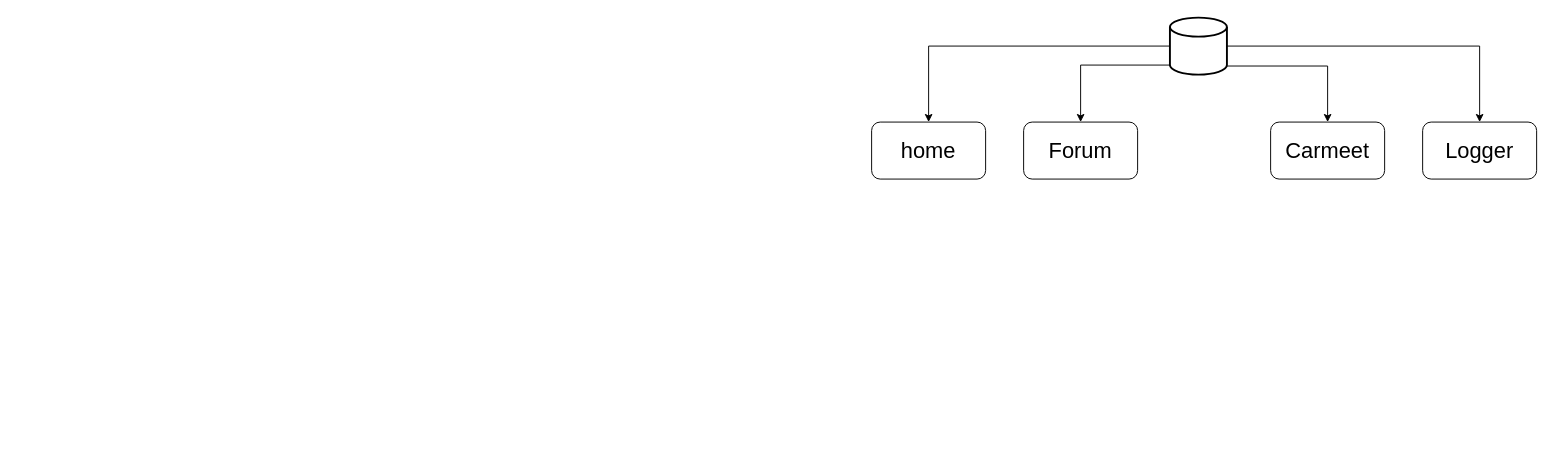
This is mch_db.drawio from simsononroad/Drawio, a draw.io file, before an edit. Source tidied: cells renumbered, new cells numbered last; positions are measured from the earlier drawing's top-left corner, leaving out a move shared by most shapes. Both pictures are drawn from the tidied source at 95%, with x=0, y=0 at pixel (871, 17).
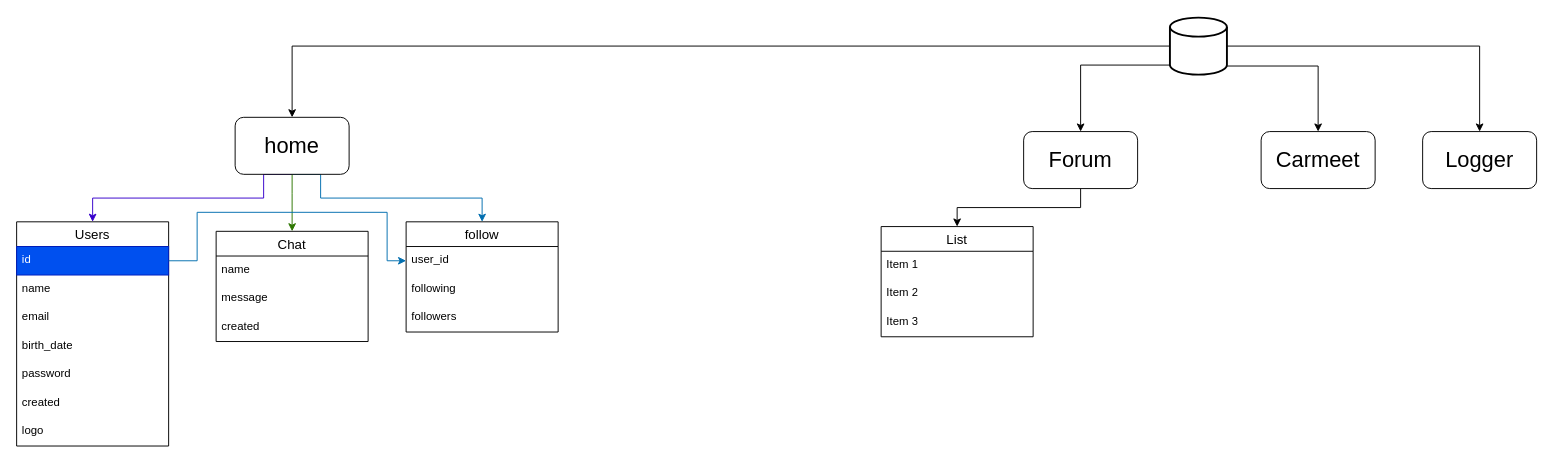
Above is the later version.

The change refers to these unchanged cells:
```xml
<mxCell id="6" style="strokeWidth=2;html=1;shape=mxgraph.flowchart.database;whiteSpace=wrap;" parent="1" vertex="1">
  <mxGeometry x="314" width="60" height="60" as="geometry" />
</mxCell>
```

Change to the diagram source:
```diff
@@
     <mxCell id="2" style="edgeStyle=orthogonalEdgeStyle;rounded=0;jettySize=auto;html=1;exitX=0;exitY=0.85;exitDx=0;exitDy=0;exitPerimeter=0;entryX=0.5;entryY=0;entryDx=0;entryDy=0;" parent="1" edge="1" source="6" target="7">
       <mxGeometry relative="1" as="geometry">
         <Array as="points">
           <mxPoint x="314" y="30" />
-          <mxPoint x="60" y="30" />
+          <mxPoint x="-610" y="30" />
         </Array>
       </mxGeometry>
     </mxCell>
@@
+    <mxCell id="11" style="edgeStyle=orthogonalEdgeStyle;rounded=0;jettySize=auto;html=1;exitX=0.5;exitY=1;exitDx=0;exitDy=0;entryX=0.5;entryY=0;entryDx=0;entryDy=0;fillColor=#6a00ff;strokeColor=#3700CC;" parent="1" edge="1" source="7" target="15">
+      <mxGeometry relative="1" as="geometry">
+        <Array as="points">
+          <mxPoint x="-640" y="165" />
+          <mxPoint x="-640" y="190" />
+          <mxPoint x="-820" y="190" />
+        </Array>
+      </mxGeometry>
+    </mxCell>
+    <mxCell id="12" style="edgeStyle=orthogonalEdgeStyle;rounded=0;jettySize=auto;html=1;exitX=0.5;exitY=1;exitDx=0;exitDy=0;entryX=0.5;entryY=0;entryDx=0;entryDy=0;fillColor=#1ba1e2;strokeColor=#006EAF;" parent="1" edge="1" source="7" target="27">
+      <mxGeometry relative="1" as="geometry">
+        <Array as="points">
+          <mxPoint x="-580" y="165" />
+          <mxPoint x="-580" y="190" />
+          <mxPoint x="-410" y="190" />
+        </Array>
+      </mxGeometry>
+    </mxCell>
+    <mxCell id="13" style="edgeStyle=orthogonalEdgeStyle;rounded=0;jettySize=auto;html=1;exitX=0.5;exitY=1;exitDx=0;exitDy=0;entryX=0.5;entryY=0;entryDx=0;entryDy=0;fillColor=#60a917;strokeColor=#2D7600;" parent="1" edge="1" source="7" target="32">
+      <mxGeometry relative="1" as="geometry">
+        <Array as="points">
+          <mxPoint x="-610" y="185" />
+          <mxPoint x="-610" y="185" />
+        </Array>
+      </mxGeometry>
+    </mxCell>
     <mxCell id="7" value="&lt;font style=&quot;font-size: 23px;&quot;&gt;home&lt;/font&gt;" style="rounded=1;whiteSpace=wrap;html=1;" parent="1" vertex="1">
-      <mxGeometry y="110" width="120" height="60" as="geometry" />
+      <mxGeometry x="-670" y="105" width="120" height="60" as="geometry" />
     </mxCell>
+    <mxCell id="14" style="edgeStyle=orthogonalEdgeStyle;rounded=0;jettySize=auto;html=1;exitX=0.5;exitY=1;exitDx=0;exitDy=0;entryX=0.5;entryY=0;entryDx=0;entryDy=0;" parent="1" edge="1" source="8" target="23">
+      <mxGeometry relative="1" as="geometry" />
+    </mxCell>
     <mxCell id="8" value="&lt;span style=&quot;font-size: 23px;&quot;&gt;Forum&lt;/span&gt;" style="rounded=1;whiteSpace=wrap;html=1;" parent="1" vertex="1">
-      <mxGeometry x="160" y="110" width="120" height="60" as="geometry" />
+      <mxGeometry x="160" y="120" width="120" height="60" as="geometry" />
     </mxCell>
     <mxCell id="9" value="&lt;font style=&quot;font-size: 23px;&quot;&gt;Carmeet&lt;/font&gt;" style="rounded=1;whiteSpace=wrap;html=1;" parent="1" vertex="1">
-      <mxGeometry x="420" y="110" width="120" height="60" as="geometry" />
+      <mxGeometry x="410" y="120" width="120" height="60" as="geometry" />
     </mxCell>
     <mxCell id="10" value="&lt;font style=&quot;font-size: 23px;&quot;&gt;Logger&lt;/font&gt;" style="rounded=1;whiteSpace=wrap;html=1;" parent="1" vertex="1">
-      <mxGeometry x="580" y="110" width="120" height="60" as="geometry" />
+      <mxGeometry x="580" y="120" width="120" height="60" as="geometry" />
     </mxCell>
+    <mxCell id="15" value="Users" style="swimlane;fontStyle=0;horizontal=1;startSize=26;align=center;fontSize=14;" parent="1" vertex="1">
+      <mxGeometry x="-900" y="215" width="160" height="236" as="geometry" />
+    </mxCell>
+    <mxCell id="16" value="id" style="text;strokeColor=#001DBC;fillColor=#0050ef;spacingLeft=4;spacingRight=4;overflow=hidden;points=[[0,0.5],[1,0.5]];portConstraint=eastwest;fontSize=12;whiteSpace=wrap;html=1;fontColor=#ffffff;" parent="15" vertex="1">
+      <mxGeometry y="26" width="160" height="30" as="geometry" />
+    </mxCell>
+    <mxCell id="17" value="name" style="text;strokeColor=none;fillColor=none;spacingLeft=4;spacingRight=4;overflow=hidden;fontSize=12;whiteSpace=wrap;html=1;" parent="15" vertex="1">
+      <mxGeometry y="56" width="160" height="30" as="geometry" />
+    </mxCell>
+    <mxCell id="18" value="email" style="text;strokeColor=none;fillColor=none;spacingLeft=4;spacingRight=4;overflow=hidden;fontSize=12;whiteSpace=wrap;html=1;" parent="15" vertex="1">
+      <mxGeometry y="86" width="160" height="30" as="geometry" />
+    </mxCell>
+    <mxCell id="19" value="birth_date" style="text;strokeColor=none;fillColor=none;spacingLeft=4;spacingRight=4;overflow=hidden;fontSize=12;whiteSpace=wrap;html=1;" parent="15" vertex="1">
+      <mxGeometry y="116" width="160" height="30" as="geometry" />
+    </mxCell>
+    <mxCell id="20" value="password" style="text;strokeColor=none;fillColor=none;spacingLeft=4;spacingRight=4;overflow=hidden;fontSize=12;whiteSpace=wrap;html=1;" parent="15" vertex="1">
+      <mxGeometry y="146" width="160" height="30" as="geometry" />
+    </mxCell>
+    <mxCell id="21" value="created" style="text;strokeColor=none;fillColor=none;spacingLeft=4;spacingRight=4;overflow=hidden;fontSize=12;whiteSpace=wrap;html=1;" parent="15" vertex="1">
+      <mxGeometry y="176" width="160" height="30" as="geometry" />
+    </mxCell>
+    <mxCell id="22" value="logo" style="text;strokeColor=none;fillColor=none;spacingLeft=4;spacingRight=4;overflow=hidden;fontSize=12;whiteSpace=wrap;html=1;" parent="15" vertex="1">
+      <mxGeometry y="206" width="160" height="30" as="geometry" />
+    </mxCell>
+    <mxCell id="23" value="List" style="swimlane;fontStyle=0;horizontal=1;startSize=26;align=center;fontSize=14;" parent="1" vertex="1">
+      <mxGeometry x="10" y="220" width="160" height="116" as="geometry" />
+    </mxCell>
+    <mxCell id="24" value="Item 1" style="text;strokeColor=none;fillColor=none;spacingLeft=4;spacingRight=4;overflow=hidden;fontSize=12;whiteSpace=wrap;html=1;" parent="23" vertex="1">
+      <mxGeometry y="26" width="160" height="30" as="geometry" />
+    </mxCell>
+    <mxCell id="25" value="Item 2" style="text;strokeColor=none;fillColor=none;spacingLeft=4;spacingRight=4;overflow=hidden;fontSize=12;whiteSpace=wrap;html=1;" parent="23" vertex="1">
+      <mxGeometry y="56" width="160" height="30" as="geometry" />
+    </mxCell>
+    <mxCell id="26" value="Item 3" style="text;strokeColor=none;fillColor=none;spacingLeft=4;spacingRight=4;overflow=hidden;fontSize=12;whiteSpace=wrap;html=1;" parent="23" vertex="1">
+      <mxGeometry y="86" width="160" height="30" as="geometry" />
+    </mxCell>
+    <mxCell id="27" value="follow" style="swimlane;fontStyle=0;horizontal=1;startSize=26;align=center;fontSize=14;" parent="1" vertex="1">
+      <mxGeometry x="-490" y="215" width="160" height="116" as="geometry" />
+    </mxCell>
+    <mxCell id="28" value="user_id" style="text;strokeColor=none;fillColor=none;spacingLeft=4;spacingRight=4;overflow=hidden;points=[[0,0.5],[1,0.5]];portConstraint=eastwest;fontSize=12;whiteSpace=wrap;html=1;" parent="27" vertex="1">
+      <mxGeometry y="26" width="160" height="30" as="geometry" />
+    </mxCell>
+    <mxCell id="29" value="following" style="text;strokeColor=none;fillColor=none;spacingLeft=4;spacingRight=4;overflow=hidden;fontSize=12;whiteSpace=wrap;html=1;" parent="27" vertex="1">
+      <mxGeometry y="56" width="160" height="30" as="geometry" />
+    </mxCell>
+    <mxCell id="30" value="followers" style="text;strokeColor=none;fillColor=none;spacingLeft=4;spacingRight=4;overflow=hidden;fontSize=12;whiteSpace=wrap;html=1;" parent="27" vertex="1">
+      <mxGeometry y="86" width="160" height="30" as="geometry" />
+    </mxCell>
+    <mxCell id="31" style="edgeStyle=orthogonalEdgeStyle;rounded=0;jettySize=auto;html=1;exitX=1;exitY=0.5;exitDx=0;exitDy=0;entryX=0;entryY=0.5;entryDx=0;entryDy=0;fillColor=#1ba1e2;strokeColor=#006EAF;" parent="1" edge="1" source="16" target="28">
+      <mxGeometry relative="1" as="geometry">
+        <Array as="points">
+          <mxPoint x="-710" y="256" />
+          <mxPoint x="-710" y="205" />
+          <mxPoint x="-510" y="205" />
+          <mxPoint x="-510" y="256" />
+        </Array>
+      </mxGeometry>
+    </mxCell>
+    <mxCell id="32" value="Chat" style="swimlane;fontStyle=0;horizontal=1;startSize=26;align=center;fontSize=14;" parent="1" vertex="1">
+      <mxGeometry x="-690" y="225" width="160" height="116" as="geometry" />
+    </mxCell>
+    <mxCell id="33" value="name" style="text;strokeColor=none;fillColor=none;spacingLeft=4;spacingRight=4;overflow=hidden;fontSize=12;whiteSpace=wrap;html=1;" parent="32" vertex="1">
+      <mxGeometry y="26" width="160" height="30" as="geometry" />
+    </mxCell>
+    <mxCell id="34" value="message" style="text;strokeColor=none;fillColor=none;spacingLeft=4;spacingRight=4;overflow=hidden;fontSize=12;whiteSpace=wrap;html=1;" parent="32" vertex="1">
+      <mxGeometry y="56" width="160" height="30" as="geometry" />
+    </mxCell>
+    <mxCell id="35" value="created" style="text;strokeColor=none;fillColor=none;spacingLeft=4;spacingRight=4;overflow=hidden;fontSize=12;whiteSpace=wrap;html=1;" parent="32" vertex="1">
+      <mxGeometry y="86" width="160" height="30" as="geometry" />
+    </mxCell>
```
